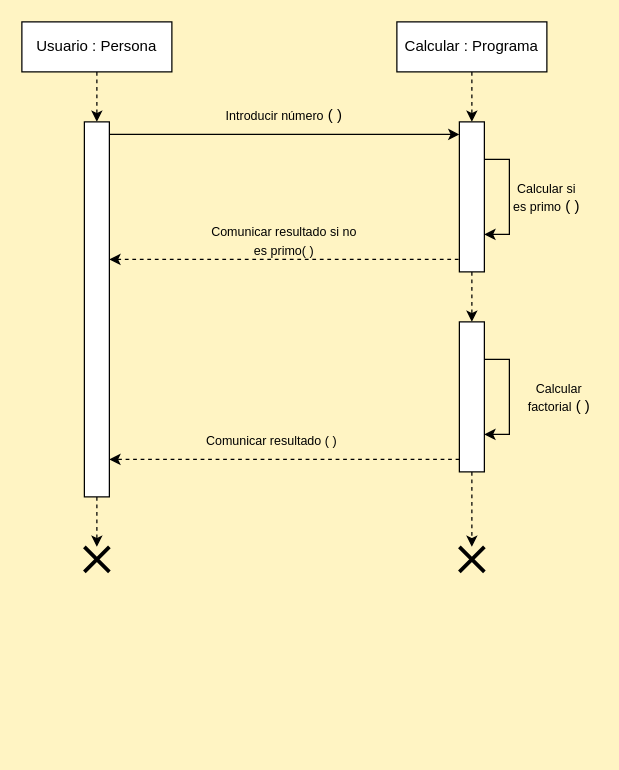
Earlier version of the draw.io diagram 02_Entornos de desarrollo/UT_6/Ejercicios06/Ejercicios/Ejer05/Ejer051.drawio (antgomper/Curso_23-24_DAW). Source tidied: cells renumbered, new cells numbered last; positions are measured from the earlier drawing's top-left corner, leaving out a move shared by most shapes. Both pictures are drawn from the tidied source at 125%, with x=0, y=0 at pixel (21, 21).
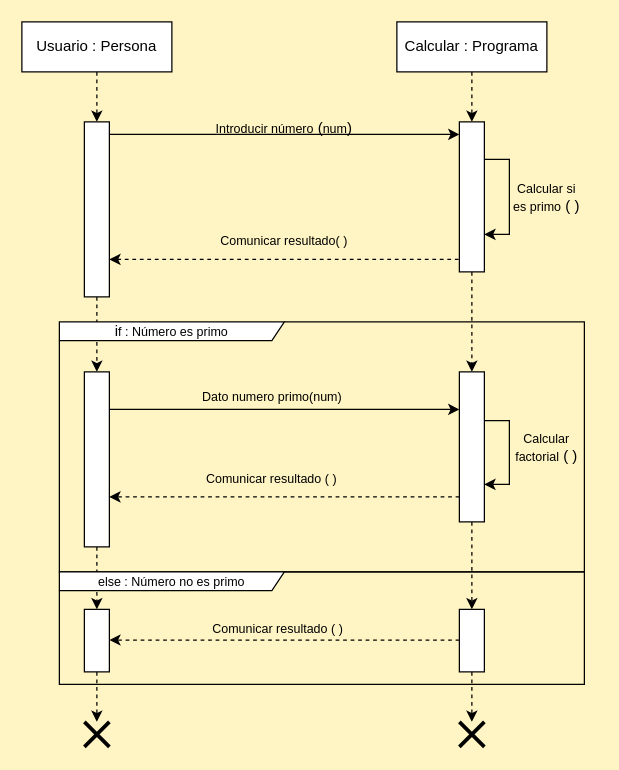
The same page after the edit.

The edit, as a diff of the source:
```diff
@@
-    <mxCell id="6" style="edgeStyle=orthogonalEdgeStyle;rounded=0;jettySize=auto;html=1;exitX=0.5;exitY=1;exitDx=0;exitDy=0;dashed=1;" parent="1" edge="1" source="7" target="14">
+    <mxCell id="6" style="edgeStyle=orthogonalEdgeStyle;rounded=0;jettySize=auto;html=1;exitX=0.5;exitY=1;exitDx=0;exitDy=0;dashed=1;" parent="1" edge="1" source="31" target="14">
       <mxGeometry relative="1" as="geometry" />
     </mxCell>
     <mxCell id="7" style="rounded=0;whiteSpace=wrap;html=1;" parent="1" vertex="1">
-      <mxGeometry x="50" y="80" width="20" height="300" as="geometry" />
+      <mxGeometry x="50" y="80" width="20" height="140" as="geometry" />
     </mxCell>
@@
-    <mxCell id="10" value="&lt;font style=&quot;font-size: 10px;&quot;&gt;Introducir número&lt;/font&gt; ( )" style="text;html=1;align=center;verticalAlign=middle;whiteSpace=wrap;rounded=0;" parent="1" vertex="1">
-      <mxGeometry x="160" y="60" width="100" height="30" as="geometry" />
+    <mxCell id="10" value="&lt;font style=&quot;font-size: 10px;&quot;&gt;Introducir número&lt;/font&gt; (&lt;font style=&quot;font-size: 10px;&quot;&gt;num&lt;/font&gt;)" style="text;html=1;align=center;verticalAlign=middle;whiteSpace=wrap;rounded=0;" parent="1" vertex="1">
+      <mxGeometry x="145" y="70" width="130" height="30" as="geometry" />
     </mxCell>
@@
-    <mxCell id="13" value="&lt;font style=&quot;font-size: 10px;&quot;&gt;Comunicar resultado si no es primo( )&lt;/font&gt;" style="text;html=1;align=center;verticalAlign=middle;whiteSpace=wrap;rounded=0;" parent="1" vertex="1">
+    <mxCell id="13" value="&lt;font style=&quot;font-size: 10px;&quot;&gt;Comunicar resultado( )&lt;/font&gt;" style="text;html=1;align=center;verticalAlign=middle;whiteSpace=wrap;rounded=0;" parent="1" vertex="1">
       <mxGeometry x="150" y="160" width="120" height="30" as="geometry" />
     </mxCell>
     <mxCell id="14" style="shape=umlDestroy;whiteSpace=wrap;html=1;strokeWidth=3;targetShapes=umlLifeline;" parent="1" vertex="1">
-      <mxGeometry x="50" y="420" width="20" height="20" as="geometry" />
+      <mxGeometry x="50" y="560" width="20" height="20" as="geometry" />
     </mxCell>
     <mxCell id="15" style="shape=umlDestroy;whiteSpace=wrap;html=1;strokeWidth=3;targetShapes=umlLifeline;" parent="1" vertex="1">
-      <mxGeometry x="350" y="420" width="20" height="20" as="geometry" />
+      <mxGeometry x="350" y="560" width="20" height="20" as="geometry" />
     </mxCell>
@@
     <mxCell id="18" value="&lt;font style=&quot;font-size: 10px;&quot;&gt;Calcular factorial&lt;/font&gt; ( )" style="text;html=1;align=center;verticalAlign=middle;whiteSpace=wrap;rounded=0;rotation=0;" parent="1" vertex="1">
-      <mxGeometry x="400" y="285" width="60" height="30" as="geometry" />
+      <mxGeometry x="390" y="325" width="60" height="30" as="geometry" />
     </mxCell>
-    <mxCell id="19" style="edgeStyle=orthogonalEdgeStyle;rounded=0;orthogonalLoop=1;jettySize=auto;html=1;exitX=1;exitY=0.25;exitDx=0;exitDy=0;entryX=1;entryY=0.75;entryDx=0;entryDy=0;" parent="1" edge="1" source="21" target="21">
+    <mxCell id="19" style="edgeStyle=orthogonalEdgeStyle;rounded=0;orthogonalLoop=1;jettySize=auto;html=1;exitX=1;exitY=0.325;exitDx=0;exitDy=0;entryX=1;entryY=0.75;entryDx=0;entryDy=0;exitPerimeter=0;" parent="1" edge="1" source="21" target="21">
       <mxGeometry relative="1" as="geometry" />
     </mxCell>
-    <mxCell id="20" style="edgeStyle=orthogonalEdgeStyle;rounded=0;jettySize=auto;html=1;exitX=0.5;exitY=1;exitDx=0;exitDy=0;dashed=1;" parent="1" edge="1" source="21" target="15">
+    <mxCell id="20" style="edgeStyle=orthogonalEdgeStyle;rounded=0;jettySize=auto;html=1;exitX=0.5;exitY=1;exitDx=0;exitDy=0;dashed=1;" parent="1" edge="1" source="34" target="15">
       <mxGeometry relative="1" as="geometry" />
     </mxCell>
     <mxCell id="21" style="rounded=0;whiteSpace=wrap;html=1;" parent="1" vertex="1">
-      <mxGeometry x="350" y="240" width="20" height="120" as="geometry" />
+      <mxGeometry x="350" y="280" width="20" height="120" as="geometry" />
     </mxCell>
     <mxCell id="22" style="edgeStyle=orthogonalEdgeStyle;rounded=0;orthogonalLoop=1;jettySize=auto;html=1;exitX=0;exitY=0.75;exitDx=0;exitDy=0;entryX=1;entryY=0.25;entryDx=0;entryDy=0;dashed=1;" parent="1" edge="1">
       <mxGeometry relative="1" as="geometry">
-        <mxPoint x="350" y="350" as="sourcePoint" />
-        <mxPoint x="70" y="350" as="targetPoint" />
+        <mxPoint x="350" y="380" as="sourcePoint" />
+        <mxPoint x="70" y="380" as="targetPoint" />
       </mxGeometry>
     </mxCell>
     <mxCell id="23" value="&lt;font style=&quot;font-size: 10px;&quot;&gt;Comunicar resultado ( )&lt;/font&gt;" style="text;html=1;align=center;verticalAlign=middle;whiteSpace=wrap;rounded=0;" parent="1" vertex="1">
-      <mxGeometry x="140" y="320" width="120" height="30" as="geometry" />
+      <mxGeometry x="140" y="350" width="120" height="30" as="geometry" />
     </mxCell>
+    <mxCell id="24" style="edgeStyle=orthogonalEdgeStyle;rounded=0;orthogonalLoop=1;jettySize=auto;html=1;exitX=0;exitY=0.75;exitDx=0;exitDy=0;entryX=1;entryY=0.25;entryDx=0;entryDy=0;dashed=1;" parent="1" edge="1">
+      <mxGeometry relative="1" as="geometry">
+        <mxPoint x="350" y="494.5" as="sourcePoint" />
+        <mxPoint x="70" y="494.5" as="targetPoint" />
+      </mxGeometry>
+    </mxCell>
+    <mxCell id="25" style="edgeStyle=orthogonalEdgeStyle;rounded=0;jettySize=auto;html=1;exitX=0.5;exitY=1;exitDx=0;exitDy=0;dashed=1;" parent="1" edge="1" source="7" target="26">
+      <mxGeometry relative="1" as="geometry" />
+    </mxCell>
+    <mxCell id="26" style="rounded=0;whiteSpace=wrap;html=1;" parent="1" vertex="1">
+      <mxGeometry x="50" y="280" width="20" height="140" as="geometry" />
+    </mxCell>
+    <mxCell id="27" style="edgeStyle=orthogonalEdgeStyle;rounded=0;orthogonalLoop=1;jettySize=auto;html=1;exitX=1;exitY=0.5;exitDx=0;exitDy=0;entryX=0;entryY=0.5;entryDx=0;entryDy=0;" parent="1" edge="1">
+      <mxGeometry relative="1" as="geometry">
+        <mxPoint x="70" y="310" as="sourcePoint" />
+        <mxPoint x="350" y="310" as="targetPoint" />
+      </mxGeometry>
+    </mxCell>
+    <mxCell id="28" value="&lt;font style=&quot;font-size: 10px;&quot;&gt;Dato numero primo(num)&lt;/font&gt;" style="text;html=1;align=center;verticalAlign=middle;strokeColor=none;fillColor=none;" parent="1" vertex="1">
+      <mxGeometry x="135" y="285" width="130" height="30" as="geometry" />
+    </mxCell>
+    <mxCell id="29" value="i&lt;font style=&quot;font-size: 10px;&quot;&gt;f : Número es primo&lt;/font&gt;" style="shape=umlFrame;whiteSpace=wrap;html=1;width=180;height=15;" parent="1" vertex="1">
+      <mxGeometry x="30" y="240" width="420" height="200" as="geometry" />
+    </mxCell>
+    <mxCell id="30" style="edgeStyle=orthogonalEdgeStyle;rounded=0;jettySize=auto;html=1;exitX=0.5;exitY=1;exitDx=0;exitDy=0;dashed=1;" parent="1" edge="1" source="26" target="31">
+      <mxGeometry relative="1" as="geometry" />
+    </mxCell>
+    <mxCell id="31" style="rounded=0;whiteSpace=wrap;html=1;" parent="1" vertex="1">
+      <mxGeometry x="50" y="470" width="20" height="50" as="geometry" />
+    </mxCell>
+    <mxCell id="32" value="&lt;font style=&quot;font-size: 10px;&quot;&gt;else&lt;/font&gt;&lt;font style=&quot;font-size: 10px;&quot;&gt; : Número no es primo&lt;/font&gt;" style="shape=umlFrame;whiteSpace=wrap;html=1;width=180;height=15;" parent="1" vertex="1">
+      <mxGeometry x="30" y="440" width="420" height="90" as="geometry" />
+    </mxCell>
+    <mxCell id="33" style="edgeStyle=orthogonalEdgeStyle;rounded=0;jettySize=auto;html=1;exitX=0.5;exitY=1;exitDx=0;exitDy=0;dashed=1;" parent="1" edge="1" source="21" target="34">
+      <mxGeometry relative="1" as="geometry" />
+    </mxCell>
+    <mxCell id="34" style="rounded=0;whiteSpace=wrap;html=1;" parent="1" vertex="1">
+      <mxGeometry x="350" y="470" width="20" height="50" as="geometry" />
+    </mxCell>
+    <mxCell id="35" value="&lt;font style=&quot;font-size: 10px;&quot;&gt;Comunicar resultado ( )&lt;/font&gt;" style="text;html=1;align=center;verticalAlign=middle;whiteSpace=wrap;rounded=0;" parent="1" vertex="1">
+      <mxGeometry x="145" y="470" width="120" height="30" as="geometry" />
+    </mxCell>
```
